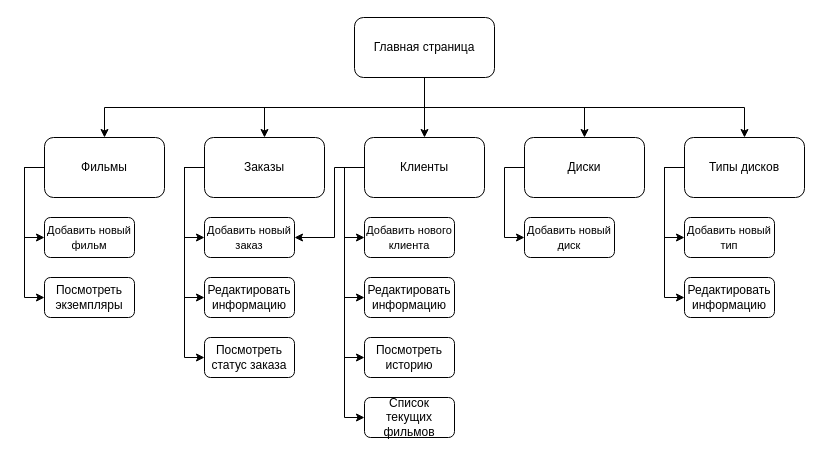
The draw.io diagram Pages_diagram.drawio in queenofpigeons/Java_lab, before the edit. Source tidied: cells renumbered, new cells numbered last; positions are measured from the earlier drawing's top-left corner, leaving out a move shared by most shapes. Both pictures are drawn from the tidied source at 100%, with x=0, y=0 at pixel (44, 17).
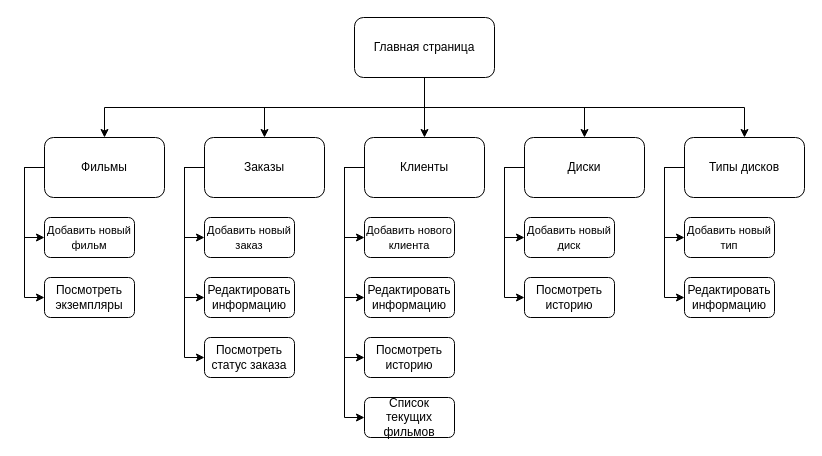
The same diagram, later.

Unchanged cells that the change refers to:
```xml
<mxCell id="20" value="Клиенты" style="rounded=1;whiteSpace=wrap;html=1;" parent="1" vertex="1">
  <mxGeometry x="320" y="120" width="120" height="60" as="geometry" />
</mxCell>
<mxCell id="22" value="Диски" style="rounded=1;whiteSpace=wrap;html=1;" parent="1" vertex="1">
  <mxGeometry x="480" y="120" width="120" height="60" as="geometry" />
</mxCell>
<mxCell id="27" value="&lt;font style=&quot;font-size: 11px&quot;&gt;Добавить новый заказ&lt;br&gt;&lt;/font&gt;" style="rounded=1;whiteSpace=wrap;html=1;" parent="1" vertex="1">
  <mxGeometry x="160" y="200" width="90" height="40" as="geometry" />
</mxCell>
```

What changed in the source:
```diff
@@
-    <mxCell id="19" style="edgeStyle=orthogonalEdgeStyle;rounded=0;jettySize=auto;html=1;exitX=0;exitY=0.5;exitDx=0;exitDy=0;entryX=1;entryY=0.5;entryDx=0;entryDy=0;" parent="1" edge="1" source="20" target="27">
-      <mxGeometry relative="1" as="geometry">
-        <Array as="points">
-          <mxPoint x="290" y="150" />
-          <mxPoint x="290" y="220" />
-        </Array>
-      </mxGeometry>
-    </mxCell>
@@
+    <mxCell id="38" style="edgeStyle=orthogonalEdgeStyle;rounded=0;jettySize=auto;html=1;exitX=0;exitY=0.5;exitDx=0;exitDy=0;entryX=0;entryY=0.5;entryDx=0;entryDy=0;" parent="1" edge="1" source="22" target="39">
+      <mxGeometry relative="1" as="geometry" />
+    </mxCell>
@@
+    <mxCell id="39" value="Посмотреть историю" style="rounded=1;whiteSpace=wrap;html=1;" parent="1" vertex="1">
+      <mxGeometry x="480" y="260" width="90" height="40" as="geometry" />
+    </mxCell>
```
